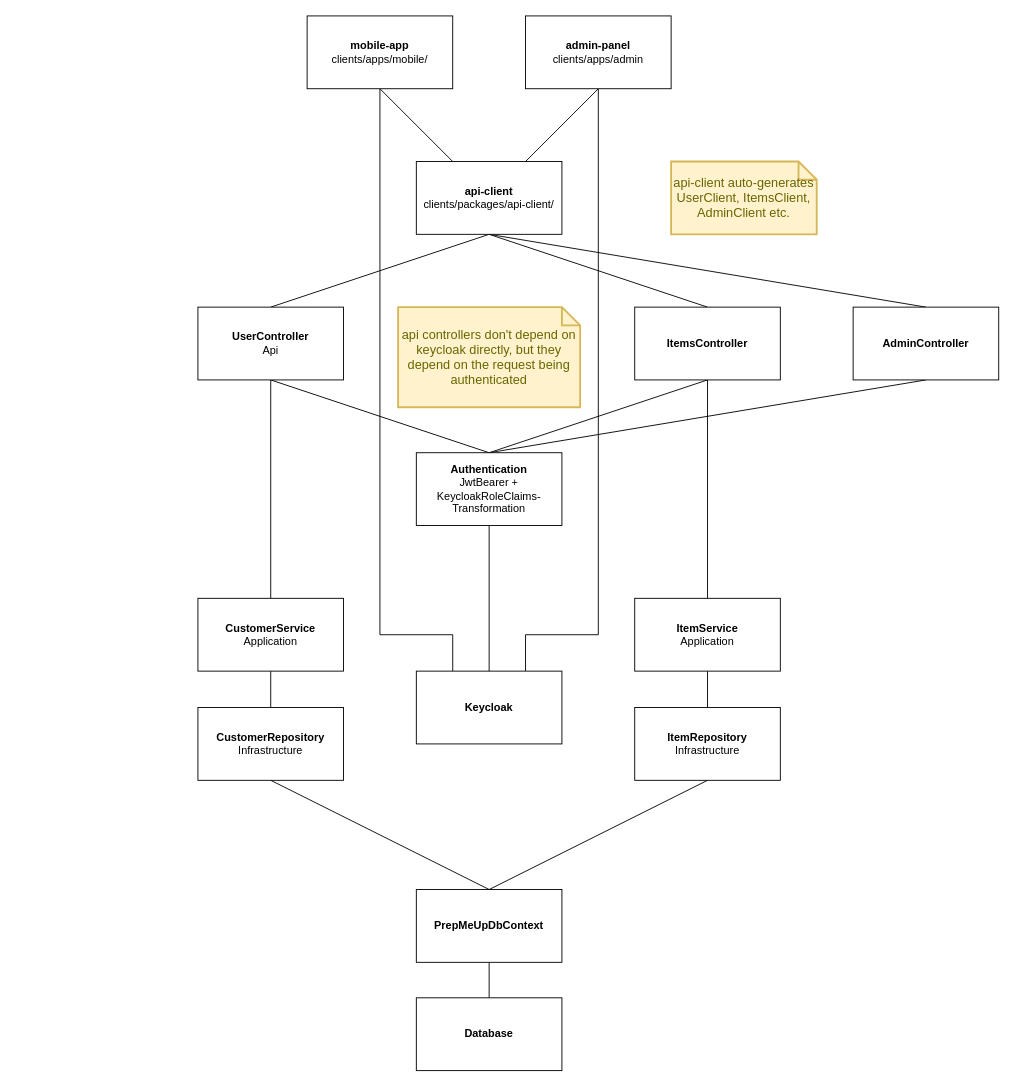
Mosekjaer/prepmeup keeps this draw.io diagram as docs/assets/drawio/dependency-tree.drawio. Above is the earlier version. Source tidied: cells renumbered, new cells numbered last; positions are measured from the earlier drawing's top-left corner, leaving out a move shared by most shapes. Both pictures are drawn from the tidied source at 91%, with x=0, y=0 at pixel (197, 15).
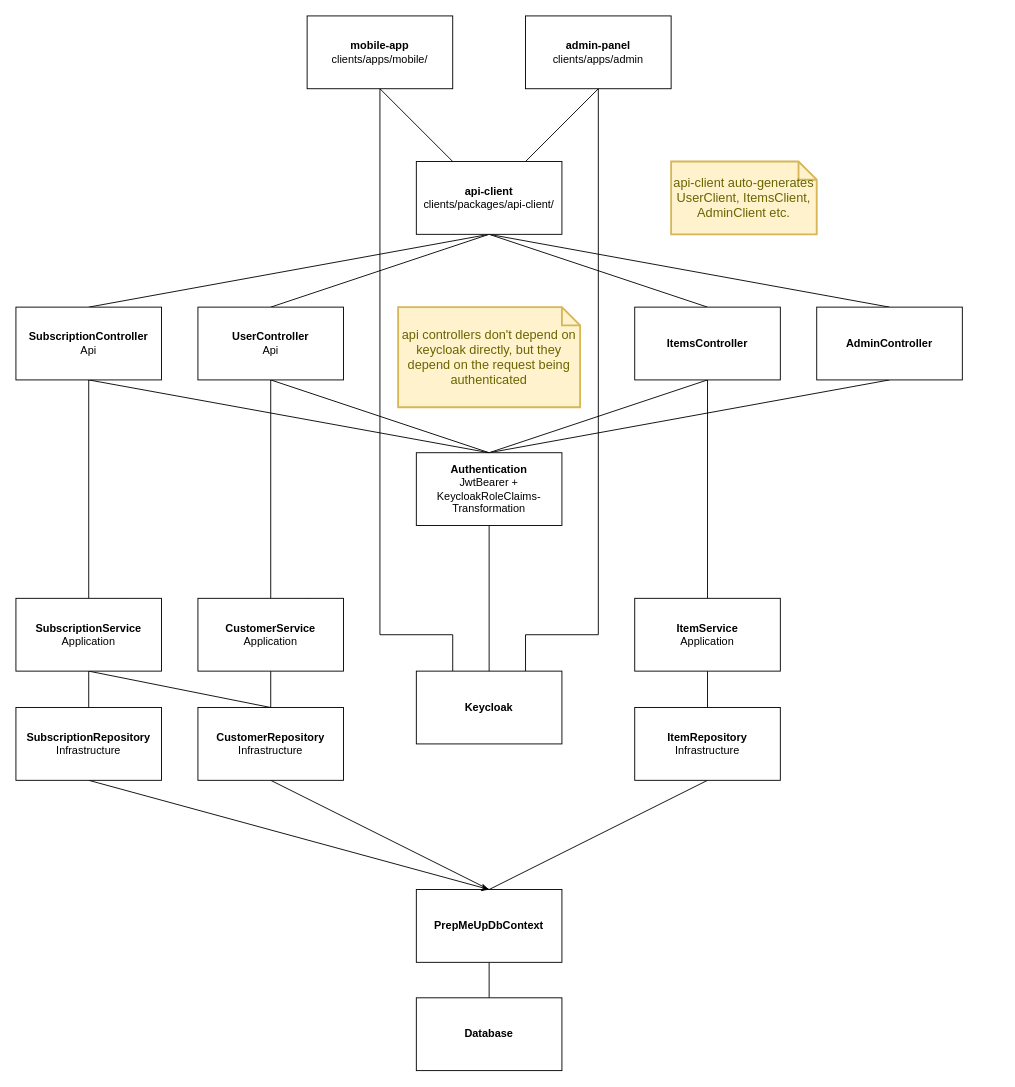
Above is the later version.

Commit message (it also covers changes not shown here):
docs: Updated dependency tree

Unchanged cells that the change refers to:
```xml
<mxCell id="11" value="&lt;b&gt;api-client&lt;/b&gt;&lt;br&gt;&lt;div&gt;clients/packages/api-client/&lt;/div&gt;" style="html=1;whiteSpace=wrap;" parent="1" vertex="1">
  <mxGeometry x="240" y="160" width="160" height="80" as="geometry" />
</mxCell>
<mxCell id="23" value="&lt;b&gt;Authentication&lt;/b&gt;&lt;div&gt;JwtBearer + KeycloakRoleClaims-Transformation&lt;/div&gt;" style="html=1;whiteSpace=wrap;" parent="1" vertex="1">
  <mxGeometry x="240" y="480" width="160" height="80" as="geometry" />
</mxCell>
<mxCell id="25" value="&lt;b&gt;CustomerRepository&lt;/b&gt;&lt;div&gt;Infrastructure&lt;/div&gt;" style="html=1;whiteSpace=wrap;" parent="1" vertex="1">
  <mxGeometry y="760" width="160" height="80" as="geometry" />
</mxCell>
<mxCell id="27" value="&lt;b&gt;PrepMeUpDbContext&lt;/b&gt;" style="html=1;whiteSpace=wrap;" parent="1" vertex="1">
  <mxGeometry x="240" y="960" width="160" height="80" as="geometry" />
</mxCell>
```

What changed in the source:
```diff
@@
+    <mxCell id="37" style="rounded=0;jettySize=auto;html=1;exitX=0.5;exitY=1;exitDx=0;exitDy=0;entryX=0.5;entryY=0;entryDx=0;entryDy=0;defaultLabelBackgroundColor=page;endArrow=none;endFill=0;" parent="1" edge="1" source="11" target="41">
+      <mxGeometry relative="1" as="geometry" />
+    </mxCell>
@@
     <mxCell id="13" value="&lt;b&gt;AdminController&lt;/b&gt;" style="html=1;whiteSpace=wrap;" parent="1" vertex="1">
-      <mxGeometry x="720" y="320" width="160" height="80" as="geometry" />
+      <mxGeometry x="680" y="320" width="160" height="80" as="geometry" />
     </mxCell>
@@
+    <mxCell id="38" style="rounded=0;jettySize=auto;html=1;exitX=0.5;exitY=1;exitDx=0;exitDy=0;defaultLabelBackgroundColor=page;endArrow=none;endFill=0;" parent="1" edge="1" source="41" target="46">
+      <mxGeometry relative="1" as="geometry" />
+    </mxCell>
+    <mxCell id="39" style="rounded=0;jettySize=auto;html=1;exitX=0.5;exitY=1;exitDx=0;exitDy=0;defaultLabelBackgroundColor=page;endArrow=none;endFill=0;" parent="1" edge="1" source="46" target="43">
+      <mxGeometry relative="1" as="geometry" />
+    </mxCell>
+    <mxCell id="40" style="rounded=0;jettySize=auto;html=1;exitX=0.5;exitY=1;exitDx=0;exitDy=0;entryX=0.5;entryY=0;entryDx=0;entryDy=0;defaultLabelBackgroundColor=page;endArrow=none;endFill=0;" parent="1" edge="1" source="41" target="23">
+      <mxGeometry relative="1" as="geometry" />
+    </mxCell>
+    <mxCell id="41" value="&lt;b&gt;SubscriptionController&lt;/b&gt;&lt;div&gt;Api&lt;/div&gt;" style="html=1;whiteSpace=wrap;" parent="1" vertex="1">
+      <mxGeometry x="-200" y="320" width="160" height="80" as="geometry" />
+    </mxCell>
+    <mxCell id="42" style="rounded=0;jettySize=auto;html=1;exitX=0.5;exitY=1;exitDx=0;exitDy=0;entryX=0.5;entryY=0;entryDx=0;entryDy=0;defaultLabelBackgroundColor=page;" parent="1" edge="1" source="43" target="27">
+      <mxGeometry relative="1" as="geometry" />
+    </mxCell>
+    <mxCell id="43" value="&lt;b&gt;SubscriptionRepository&lt;/b&gt;&lt;div&gt;Infrastructure&lt;/div&gt;" style="html=1;whiteSpace=wrap;" parent="1" vertex="1">
+      <mxGeometry x="-200" y="760" width="160" height="80" as="geometry" />
+    </mxCell>
+    <mxCell id="44" style="rounded=0;jettySize=auto;html=1;exitX=0.5;exitY=1;exitDx=0;exitDy=0;defaultLabelBackgroundColor=page;endArrow=none;endFill=0;" parent="1" edge="1" target="46">
+      <mxGeometry relative="1" as="geometry">
+        <mxPoint x="-80" y="641" as="sourcePoint" />
+      </mxGeometry>
+    </mxCell>
+    <mxCell id="45" style="rounded=0;jettySize=auto;html=1;exitX=0.5;exitY=1;exitDx=0;exitDy=0;entryX=0.5;entryY=0;entryDx=0;entryDy=0;defaultLabelBackgroundColor=page;endArrow=none;endFill=0;" parent="1" edge="1" source="46" target="25">
+      <mxGeometry relative="1" as="geometry" />
+    </mxCell>
+    <mxCell id="46" value="&lt;b&gt;SubscriptionService&lt;/b&gt;&lt;div&gt;Application&lt;/div&gt;" style="html=1;whiteSpace=wrap;" parent="1" vertex="1">
+      <mxGeometry x="-200" y="640" width="160" height="80" as="geometry" />
+    </mxCell>
```
